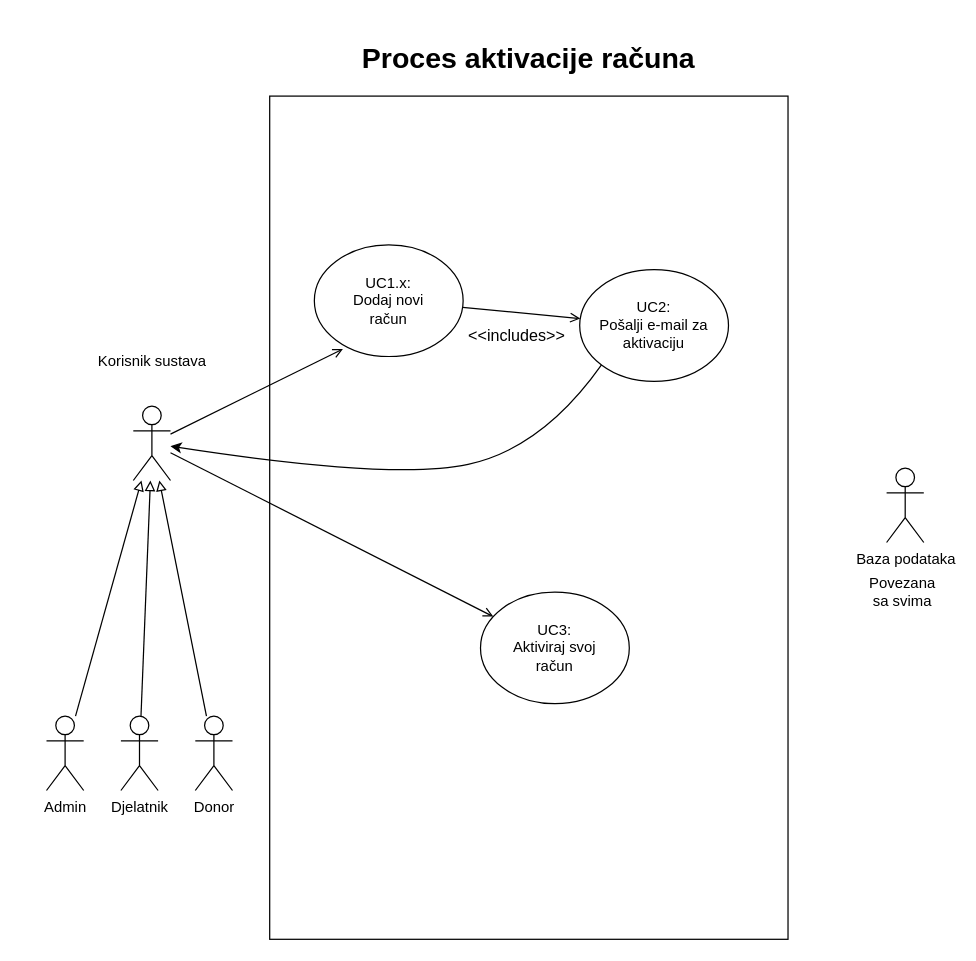
The draw.io diagram page "2 - aktivacija računa" (2 of 6) of Dokumentacija/Use cases/Use Cases.drawio in ToniIvankovic/TrueBlood, before the edit. Source tidied: cells renumbered, new cells numbered last; positions are measured from the earlier drawing's top-left corner, leaving out a move shared by most shapes. Both pictures are drawn from the tidied source at 124%, with x=0, y=0 at pixel (46, 21).
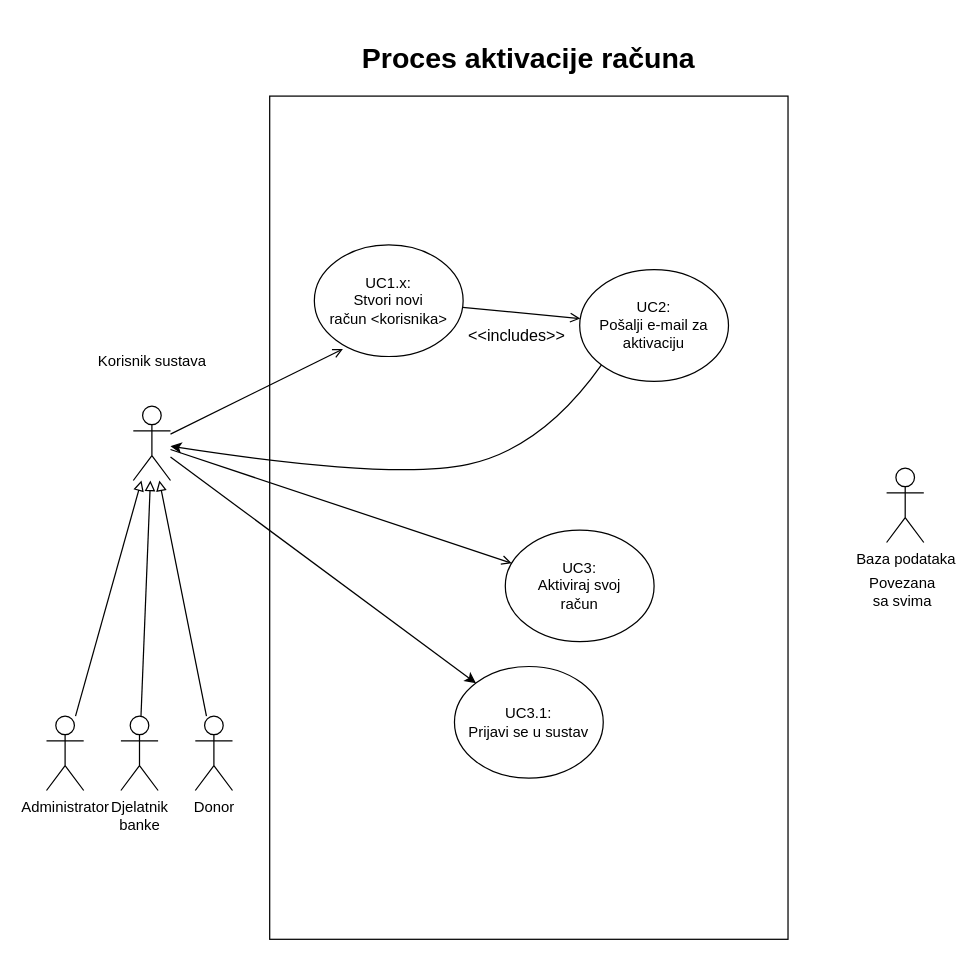
The same diagram, later.

The change refers to these unchanged cells:
```xml
<mxCell id="19" value="&lt;font style=&quot;font-size: 12px&quot;&gt;Korisnik sustava&lt;/font&gt;" style="shape=umlActor;verticalLabelPosition=top;verticalAlign=top;html=1;outlineConnect=0;fontSize=23;" parent="1" vertex="1">
  <mxGeometry x="70" y="310" width="30" height="60" as="geometry" />
</mxCell>
```

Diff of the diagram source:
```diff
@@
-    <mxCell id="4" value="Admin" style="shape=umlActor;verticalLabelPosition=bottom;verticalAlign=top;html=1;outlineConnect=0;" parent="1" vertex="1">
+    <mxCell id="4" value="Administrator" style="shape=umlActor;verticalLabelPosition=bottom;verticalAlign=top;html=1;outlineConnect=0;" parent="1" vertex="1">
       <mxGeometry y="560" width="30" height="60" as="geometry" />
     </mxCell>
@@
     <mxCell id="10" value="UC3:&lt;br&gt;Aktiviraj svoj &lt;br&gt;račun" style="ellipse;whiteSpace=wrap;html=1;" parent="1" vertex="1">
-      <mxGeometry x="350" y="460" width="120" height="90" as="geometry" />
+      <mxGeometry x="370" y="410" width="120" height="90" as="geometry" />
     </mxCell>
@@
-    <mxCell id="12" value="Djelatnik" style="shape=umlActor;verticalLabelPosition=bottom;verticalAlign=top;html=1;outlineConnect=0;" parent="1" vertex="1">
+    <mxCell id="12" value="Djelatnik&lt;br&gt;banke" style="shape=umlActor;verticalLabelPosition=bottom;verticalAlign=top;html=1;outlineConnect=0;" parent="1" vertex="1">
       <mxGeometry x="60" y="560" width="30" height="60" as="geometry" />
     </mxCell>
@@
-    <mxCell id="14" value="UC1.x:&lt;br&gt;Dodaj novi &lt;br&gt;račun" style="ellipse;whiteSpace=wrap;html=1;" parent="1" vertex="1">
+    <mxCell id="14" value="UC1.x:&lt;br&gt;Stvori novi &lt;br&gt;račun &amp;lt;korisnika&amp;gt;" style="ellipse;whiteSpace=wrap;html=1;" parent="1" vertex="1">
       <mxGeometry x="216" y="180" width="120" height="90" as="geometry" />
     </mxCell>
@@
+    <mxCell id="20" style="rounded=0;jettySize=auto;html=1;" parent="1" edge="1" source="19" target="21">
+      <mxGeometry relative="1" as="geometry" />
+    </mxCell>
@@
+    <mxCell id="21" value="UC3.1:&lt;br&gt;Prijavi se u sustav" style="ellipse;whiteSpace=wrap;html=1;" parent="1" vertex="1">
+      <mxGeometry x="329" y="520" width="120" height="90" as="geometry" />
+    </mxCell>
```
